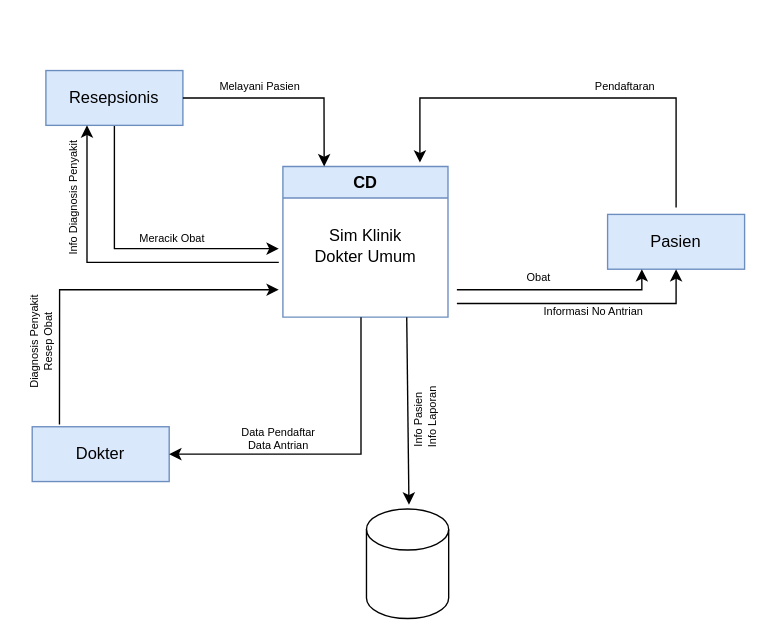
pradanatech04/portofolio-sia keeps this draw.io diagram as page "Page-1" (1 of 2) of Untitled Diagram.drawio. Above is the earlier version. Source tidied: cells renumbered, new cells numbered last; positions are measured from the earlier drawing's top-left corner, leaving out a move shared by most shapes. Both pictures are drawn from the tidied source at 137%, with x=0, y=0 at pixel (-29, -53).
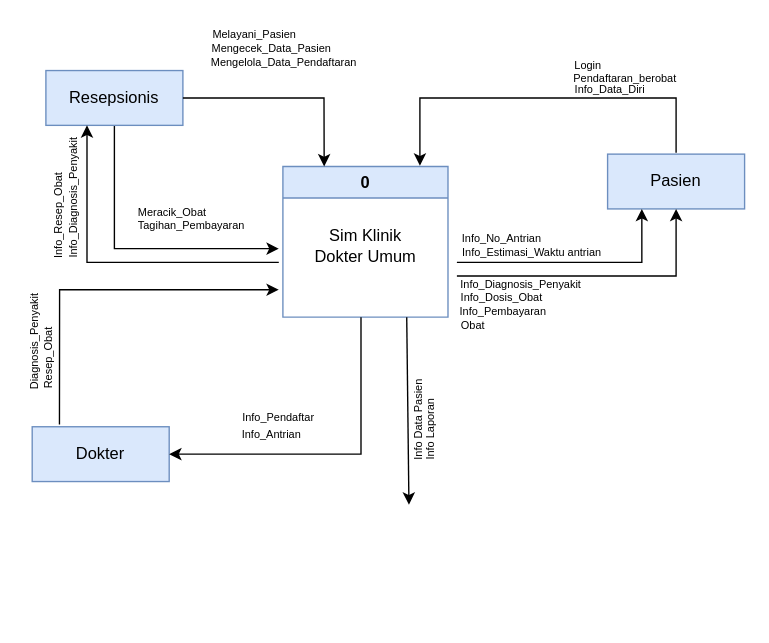
Above is the later version.

The edit, as a diff of the source:
```diff
@@
-    <mxCell id="3" value="CD" style="swimlane;whiteSpace=wrap;html=1;fillColor=#dae8fc;strokeColor=#6c8ebf;" parent="1" vertex="1">
+    <mxCell id="3" value="0" style="swimlane;whiteSpace=wrap;html=1;fillColor=#dae8fc;strokeColor=#6c8ebf;" parent="1" vertex="1">
       <mxGeometry x="227" y="160" width="120.5" height="110" as="geometry" />
     </mxCell>
@@
     <mxCell id="7" value="Pasien" style="rounded=0;whiteSpace=wrap;html=1;fillColor=#dae8fc;strokeColor=#6c8ebf;" parent="1" vertex="1">
-      <mxGeometry x="464" y="195" width="100" height="40" as="geometry" />
+      <mxGeometry x="464" y="151" width="100" height="40" as="geometry" />
     </mxCell>
-    <mxCell id="8" style="endArrow=classic;html=1;rounded=0;entryX=0.83;entryY=-0.026;entryDx=0;entryDy=0;entryPerimeter=0;" parent="1" edge="1" target="3">
+    <mxCell id="8" style="endArrow=classic;html=1;rounded=0;entryX=0.83;entryY=-0.005;entryDx=0;entryDy=0;entryPerimeter=0;" parent="1" edge="1" target="3">
       <mxGeometry relative="1" as="geometry">
-        <mxPoint x="514" y="190" as="sourcePoint" />
+        <mxPoint x="514" y="150" as="sourcePoint" />
         <Array as="points">
           <mxPoint x="514" y="110" />
           <mxPoint x="327" y="110" />
         </Array>
       </mxGeometry>
     </mxCell>
     <mxCell id="9" style="endArrow=classic;html=1;rounded=0;entryX=0.5;entryY=1;entryDx=0;entryDy=0;" parent="1" edge="1" target="7">
       <mxGeometry relative="1" as="geometry">
-        <mxPoint x="354" y="260" as="sourcePoint" />
+        <mxPoint x="354" y="240" as="sourcePoint" />
         <Array as="points">
-          <mxPoint x="514" y="260" />
+          <mxPoint x="514" y="240" />
         </Array>
       </mxGeometry>
     </mxCell>
@@
-    <mxCell id="11" value="&lt;span style=&quot;font-size: 8px;&quot;&gt;Meracik Obat&lt;/span&gt;" style="text;html=1;strokeColor=none;fillColor=none;align=center;verticalAlign=middle;whiteSpace=wrap;rounded=0;" parent="1" vertex="1">
-      <mxGeometry x="110" y="207" width="73" height="10" as="geometry" />
+    <mxCell id="11" value="&lt;span style=&quot;font-size: 8px;&quot;&gt;Meracik_Obat&lt;/span&gt;" style="text;html=1;strokeColor=none;fillColor=none;align=center;verticalAlign=middle;whiteSpace=wrap;rounded=0;" parent="1" vertex="1">
+      <mxGeometry x="110" y="188" width="73" height="10" as="geometry" />
     </mxCell>
@@
-    <mxCell id="15" value="&lt;font style=&quot;font-size: 8px;&quot;&gt;Data Pendaftar&lt;/font&gt;" style="text;html=1;strokeColor=none;fillColor=none;align=center;verticalAlign=middle;whiteSpace=wrap;rounded=0;" parent="1" vertex="1">
-      <mxGeometry x="191" y="348" width="66" height="10" as="geometry" />
+    <mxCell id="15" value="&lt;font style=&quot;font-size: 8px;&quot;&gt;Info_Pendaftar&lt;/font&gt;" style="text;html=1;strokeColor=none;fillColor=none;align=center;verticalAlign=middle;whiteSpace=wrap;rounded=0;" parent="1" vertex="1">
+      <mxGeometry x="191" y="337" width="66" height="10" as="geometry" />
     </mxCell>
-    <mxCell id="16" value="&lt;font style=&quot;font-size: 8px;&quot;&gt;Data Antrian&lt;/font&gt;" style="text;html=1;strokeColor=none;fillColor=none;align=center;verticalAlign=middle;whiteSpace=wrap;rounded=0;" parent="1" vertex="1">
-      <mxGeometry x="191" y="358" width="66" height="10" as="geometry" />
+    <mxCell id="16" value="&lt;font style=&quot;font-size: 8px;&quot;&gt;Info_Antrian&lt;/font&gt;" style="text;html=1;strokeColor=none;fillColor=none;align=center;verticalAlign=middle;whiteSpace=wrap;rounded=0;" parent="1" vertex="1">
+      <mxGeometry x="186" y="350" width="66" height="10" as="geometry" />
     </mxCell>
-    <mxCell id="17" value="&lt;span style=&quot;font-size: 8px;&quot;&gt;Pendaftaran&lt;/span&gt;" style="text;html=1;strokeColor=none;fillColor=none;align=center;verticalAlign=middle;whiteSpace=wrap;rounded=0;" parent="1" vertex="1">
-      <mxGeometry x="444" y="96" width="66" height="10" as="geometry" />
+    <mxCell id="17" value="&lt;span style=&quot;font-size: 8px;&quot;&gt;Pendaftaran_berobat&lt;/span&gt;" style="text;html=1;strokeColor=none;fillColor=none;align=center;verticalAlign=middle;whiteSpace=wrap;rounded=0;" parent="1" vertex="1">
+      <mxGeometry x="444" y="90" width="66" height="10" as="geometry" />
     </mxCell>
-    <mxCell id="18" value="&lt;span style=&quot;font-size: 8px;&quot;&gt;Informasi No Antrian&lt;/span&gt;" style="text;html=1;strokeColor=none;fillColor=none;align=center;verticalAlign=middle;whiteSpace=wrap;rounded=0;" parent="1" vertex="1">
-      <mxGeometry x="414" y="260" width="80" height="10" as="geometry" />
+    <mxCell id="18" value="&lt;span style=&quot;font-size: 8px;&quot;&gt;Info_No_Antrian&lt;/span&gt;" style="text;html=1;strokeColor=none;fillColor=none;align=center;verticalAlign=middle;whiteSpace=wrap;rounded=0;" parent="1" vertex="1">
+      <mxGeometry x="332" y="207" width="110" height="10" as="geometry" />
     </mxCell>
-    <mxCell id="19" value="&lt;font style=&quot;font-size: 8px;&quot;&gt;Resep Obat&lt;/font&gt;" style="text;html=1;strokeColor=none;fillColor=none;align=center;verticalAlign=middle;whiteSpace=wrap;rounded=0;rotation=-90;" parent="1" vertex="1">
-      <mxGeometry x="10" y="283" width="90" height="10" as="geometry" />
+    <mxCell id="19" value="&lt;font style=&quot;font-size: 8px;&quot;&gt;Resep_Obat&lt;/font&gt;" style="text;html=1;strokeColor=none;fillColor=none;align=center;verticalAlign=middle;whiteSpace=wrap;rounded=0;rotation=-90;" parent="1" vertex="1">
+      <mxGeometry x="10" y="295" width="90" height="10" as="geometry" />
     </mxCell>
-    <mxCell id="20" value="&lt;font style=&quot;font-size: 8px;&quot;&gt;Diagnosis Penyakit&lt;/font&gt;" style="text;html=1;strokeColor=none;fillColor=none;align=center;verticalAlign=middle;whiteSpace=wrap;rounded=0;rotation=-90;" parent="1" vertex="1">
+    <mxCell id="20" value="&lt;font style=&quot;font-size: 8px;&quot;&gt;Diagnosis_Penyakit&lt;/font&gt;" style="text;html=1;strokeColor=none;fillColor=none;align=center;verticalAlign=middle;whiteSpace=wrap;rounded=0;rotation=-90;" parent="1" vertex="1">
       <mxGeometry y="283" width="90" height="10" as="geometry" />
     </mxCell>
     <mxCell id="21" style="endArrow=classic;html=1;rounded=0;entryX=0.25;entryY=1;entryDx=0;entryDy=0;" parent="1" edge="1" target="7">
       <mxGeometry relative="1" as="geometry">
-        <mxPoint x="354" y="250" as="sourcePoint" />
+        <mxPoint x="354" y="230" as="sourcePoint" />
         <Array as="points">
-          <mxPoint x="434" y="250" />
-          <mxPoint x="489" y="250" />
+          <mxPoint x="434" y="230" />
+          <mxPoint x="489" y="230" />
         </Array>
       </mxGeometry>
     </mxCell>
     <mxCell id="22" value="&lt;span style=&quot;font-size: 8px;&quot;&gt;Obat&lt;/span&gt;" style="text;html=1;strokeColor=none;fillColor=none;align=center;verticalAlign=middle;whiteSpace=wrap;rounded=0;" parent="1" vertex="1">
-      <mxGeometry x="374" y="235" width="80" height="10" as="geometry" />
+      <mxGeometry x="326" y="270" width="80" height="10" as="geometry" />
     </mxCell>
-    <mxCell id="23" value="&lt;span style=&quot;font-size: 8px;&quot;&gt;Info Pasien&lt;/span&gt;" style="text;html=1;strokeColor=none;fillColor=none;align=center;verticalAlign=middle;whiteSpace=wrap;rounded=0;rotation=-90;" parent="1" vertex="1">
+    <mxCell id="23" value="&lt;span style=&quot;font-size: 8px;&quot;&gt;Info Data Pasien&lt;/span&gt;" style="text;html=1;strokeColor=none;fillColor=none;align=center;verticalAlign=middle;whiteSpace=wrap;rounded=0;rotation=-90;" parent="1" vertex="1">
       <mxGeometry x="285" y="340" width="80" height="10" as="geometry" />
     </mxCell>
-    <mxCell id="24" style="shape=cylinder3;whiteSpace=wrap;html=1;boundedLbl=1;backgroundOutline=1;size=15;" parent="1" vertex="1">
-      <mxGeometry x="288" y="410" width="60" height="80" as="geometry" />
-    </mxCell>
-    <mxCell id="25" style="endArrow=classic;html=1;rounded=0;exitX=0.75;exitY=1;exitDx=0;exitDy=0;entryX=0.517;entryY=-0.039;entryDx=0;entryDy=0;entryPerimeter=0;" parent="1" edge="1" source="3" target="24">
-      <mxGeometry relative="1" as="geometry" />
+    <mxCell id="25" style="endArrow=classic;html=1;rounded=0;exitX=0.75;exitY=1;exitDx=0;exitDy=0;entryX=0.517;entryY=-0.039;entryDx=0;entryDy=0;entryPerimeter=0;" parent="1" edge="1" source="3">
+      <mxGeometry relative="1" as="geometry">
+        <mxPoint x="319" y="406.9" as="targetPoint" />
+      </mxGeometry>
     </mxCell>
-    <mxCell id="26" value="&lt;span style=&quot;font-size: 8px;&quot;&gt;Melayani Pasien&lt;/span&gt;" style="text;html=1;strokeColor=none;fillColor=none;align=center;verticalAlign=middle;whiteSpace=wrap;rounded=0;" parent="1" vertex="1">
-      <mxGeometry x="174" y="96" width="73" height="10" as="geometry" />
+    <mxCell id="26" value="&lt;span style=&quot;font-size: 8px;&quot;&gt;Melayani_Pasien&lt;/span&gt;" style="text;html=1;strokeColor=none;fillColor=none;align=center;verticalAlign=middle;whiteSpace=wrap;rounded=0;" parent="1" vertex="1">
+      <mxGeometry x="170" y="58" width="73" height="10" as="geometry" />
     </mxCell>
     <mxCell id="27" value="&lt;span style=&quot;font-size: 8px;&quot;&gt;Info Laporan&lt;/span&gt;" style="text;html=1;strokeColor=none;fillColor=none;align=center;verticalAlign=middle;whiteSpace=wrap;rounded=0;rotation=-90;" parent="1" vertex="1">
-      <mxGeometry x="295" y="338" width="80" height="10" as="geometry" />
+      <mxGeometry x="294" y="347" width="80" height="10" as="geometry" />
     </mxCell>
@@
-    <mxCell id="29" value="&lt;span style=&quot;font-size: 8px;&quot;&gt;Info Diagnosis Penyakit&lt;/span&gt;" style="text;html=1;strokeColor=none;fillColor=none;align=center;verticalAlign=middle;whiteSpace=wrap;rounded=0;rotation=-90;" parent="1" vertex="1">
+    <mxCell id="29" value="&lt;span style=&quot;font-size: 8px;&quot;&gt;Info_Diagnosis_Penyakit&lt;/span&gt;" style="text;html=1;strokeColor=none;fillColor=none;align=center;verticalAlign=middle;whiteSpace=wrap;rounded=0;rotation=-90;" parent="1" vertex="1">
       <mxGeometry x="30" y="178" width="87" height="10" as="geometry" />
     </mxCell>
+    <mxCell id="30" value="&lt;span style=&quot;font-size: 8px;&quot;&gt;Info_Resep_Obat&lt;/span&gt;" style="text;html=1;strokeColor=none;fillColor=none;align=center;verticalAlign=middle;whiteSpace=wrap;rounded=0;rotation=-90;" parent="1" vertex="1">
+      <mxGeometry x="19" y="191" width="87" height="10" as="geometry" />
+    </mxCell>
+    <mxCell id="31" value="&lt;span style=&quot;font-size: 8px;&quot;&gt;Info_Diagnosis_Penyakit&lt;/span&gt;" style="text;html=1;strokeColor=none;fillColor=none;align=center;verticalAlign=middle;whiteSpace=wrap;rounded=0;" parent="1" vertex="1">
+      <mxGeometry x="351" y="240" width="100" height="10" as="geometry" />
+    </mxCell>
+    <mxCell id="32" value="&lt;span style=&quot;font-size: 8px;&quot;&gt;Info_Dosis_Obat&lt;/span&gt;" style="text;html=1;strokeColor=none;fillColor=none;align=center;verticalAlign=middle;whiteSpace=wrap;rounded=0;" parent="1" vertex="1">
+      <mxGeometry x="347" y="250" width="80" height="10" as="geometry" />
+    </mxCell>
+    <mxCell id="33" value="&lt;span style=&quot;font-size: 8px;&quot;&gt;Mengecek_Data_Pasien&lt;/span&gt;" style="text;html=1;strokeColor=none;fillColor=none;align=center;verticalAlign=middle;whiteSpace=wrap;rounded=0;" parent="1" vertex="1">
+      <mxGeometry x="174" y="68" width="90" height="10" as="geometry" />
+    </mxCell>
+    <mxCell id="34" value="&lt;span style=&quot;font-size: 8px;&quot;&gt;Login&lt;/span&gt;" style="text;html=1;strokeColor=none;fillColor=none;align=center;verticalAlign=middle;whiteSpace=wrap;rounded=0;" parent="1" vertex="1">
+      <mxGeometry x="417" y="80" width="66" height="10" as="geometry" />
+    </mxCell>
+    <mxCell id="35" value="&lt;span style=&quot;font-size: 8px;&quot;&gt;Info_Estimasi_Waktu antrian&lt;/span&gt;" style="text;html=1;strokeColor=none;fillColor=none;align=center;verticalAlign=middle;whiteSpace=wrap;rounded=0;" parent="1" vertex="1">
+      <mxGeometry x="354" y="217" width="110" height="10" as="geometry" />
+    </mxCell>
+    <mxCell id="36" value="&lt;span style=&quot;font-size: 8px;&quot;&gt;Mengelola_Data_Pendaftaran&lt;/span&gt;" style="text;html=1;strokeColor=none;fillColor=none;align=center;verticalAlign=middle;whiteSpace=wrap;rounded=0;" parent="1" vertex="1">
+      <mxGeometry x="183" y="78" width="90" height="10" as="geometry" />
+    </mxCell>
+    <mxCell id="37" value="&lt;span style=&quot;font-size: 8px;&quot;&gt;Tagihan_Pembayaran&lt;/span&gt;" style="text;html=1;strokeColor=none;fillColor=none;align=center;verticalAlign=middle;whiteSpace=wrap;rounded=0;" parent="1" vertex="1">
+      <mxGeometry x="124" y="197" width="73" height="10" as="geometry" />
+    </mxCell>
+    <mxCell id="38" value="&lt;span style=&quot;font-size: 8px;&quot;&gt;Info_Pembayaran&lt;/span&gt;" style="text;html=1;strokeColor=none;fillColor=none;align=center;verticalAlign=middle;whiteSpace=wrap;rounded=0;" parent="1" vertex="1">
+      <mxGeometry x="348" y="260" width="80" height="10" as="geometry" />
+    </mxCell>
+    <mxCell id="39" value="&lt;span style=&quot;font-size: 8px;&quot;&gt;Info_Data_Diri&lt;/span&gt;" style="text;html=1;strokeColor=none;fillColor=none;align=center;verticalAlign=middle;whiteSpace=wrap;rounded=0;" parent="1" vertex="1">
+      <mxGeometry x="433" y="98" width="66" height="10" as="geometry" />
+    </mxCell>
```
